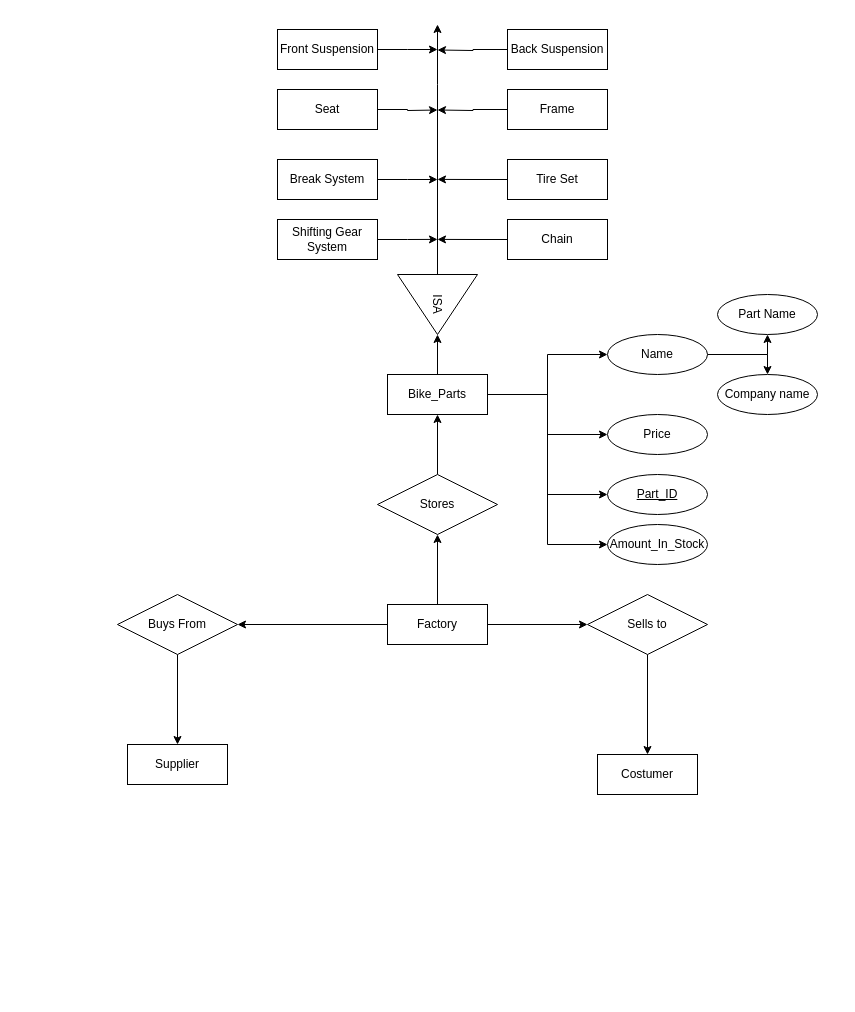
This is Untitled Diagram.drawio from ginzex11/ERD, a draw.io file, before an edit. Source tidied: cells renumbered, new cells numbered last; positions are measured from the earlier drawing's top-left corner, leaving out a move shared by most shapes. Both pictures are drawn from the tidied source at 100%, with x=0, y=0 at pixel (117, 24).
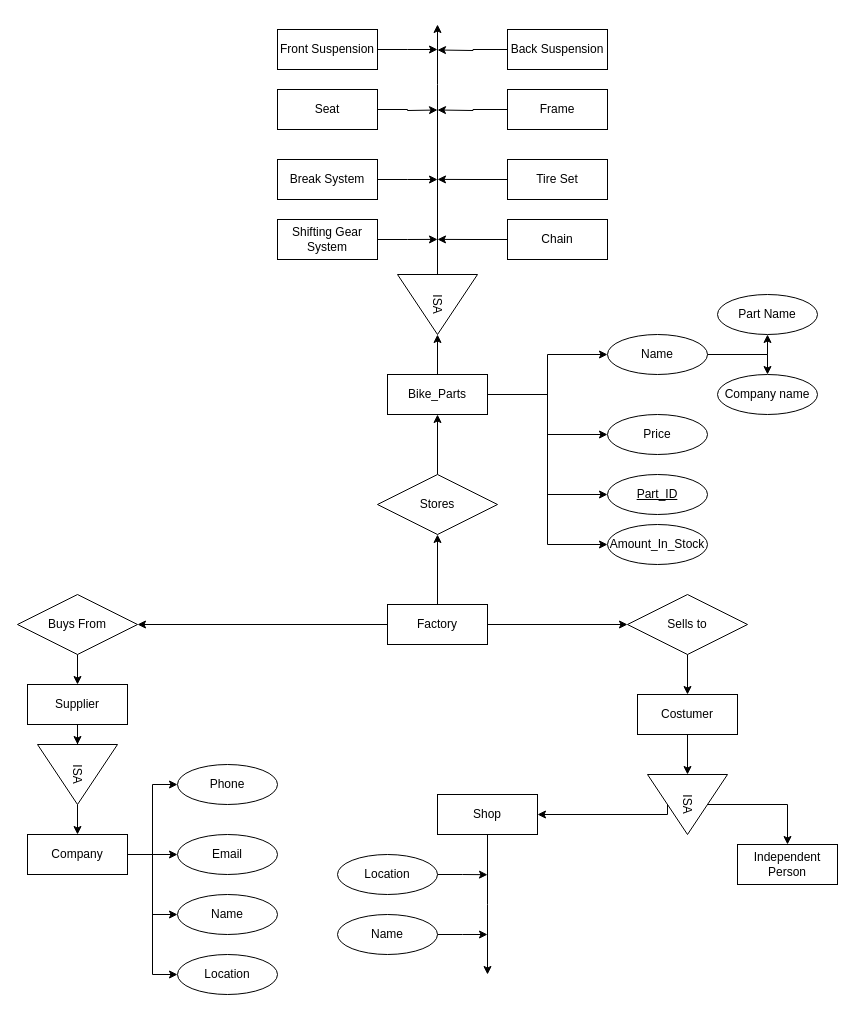
The same diagram, later.

Change to the diagram source:
```diff
@@
+    <mxCell id="47" style="edgeStyle=orthogonalEdgeStyle;rounded=0;jettySize=auto;html=1;exitX=0.5;exitY=1;exitDx=0;exitDy=0;" parent="1" edge="1" source="2" target="56">
+      <mxGeometry relative="1" as="geometry" />
+    </mxCell>
     <mxCell id="2" value="Supplier" style="whiteSpace=wrap;html=1;align=center;" parent="1" vertex="1">
-      <mxGeometry x="10" y="720" width="100" height="40" as="geometry" />
+      <mxGeometry x="-90" y="660" width="100" height="40" as="geometry" />
     </mxCell>
+    <mxCell id="48" style="edgeStyle=orthogonalEdgeStyle;rounded=0;jettySize=auto;html=1;exitX=0.5;exitY=1;exitDx=0;exitDy=0;entryX=0;entryY=0.5;entryDx=0;entryDy=0;" parent="1" edge="1" source="3" target="51">
+      <mxGeometry relative="1" as="geometry" />
+    </mxCell>
     <mxCell id="3" value="Costumer" style="whiteSpace=wrap;html=1;align=center;" parent="1" vertex="1">
-      <mxGeometry x="480" y="730" width="100" height="40" as="geometry" />
+      <mxGeometry x="520" y="670" width="100" height="40" as="geometry" />
     </mxCell>
@@
     <mxCell id="44" value="Buys From" style="shape=rhombus;perimeter=rhombusPerimeter;whiteSpace=wrap;html=1;align=center;" parent="1" vertex="1">
-      <mxGeometry y="570" width="120" height="60" as="geometry" />
+      <mxGeometry x="-100" y="570" width="120" height="60" as="geometry" />
     </mxCell>
@@
     <mxCell id="46" value="Sells to" style="shape=rhombus;perimeter=rhombusPerimeter;whiteSpace=wrap;html=1;align=center;" parent="1" vertex="1">
-      <mxGeometry x="470" y="570" width="120" height="60" as="geometry" />
+      <mxGeometry x="510" y="570" width="120" height="60" as="geometry" />
     </mxCell>
+    <mxCell id="49" style="edgeStyle=orthogonalEdgeStyle;rounded=0;jettySize=auto;html=1;exitX=0.5;exitY=0;exitDx=0;exitDy=0;entryX=0.5;entryY=0;entryDx=0;entryDy=0;" parent="1" edge="1" source="51" target="54">
+      <mxGeometry relative="1" as="geometry" />
+    </mxCell>
+    <mxCell id="50" style="edgeStyle=orthogonalEdgeStyle;rounded=0;jettySize=auto;html=1;exitX=0.5;exitY=1;exitDx=0;exitDy=0;entryX=1;entryY=0.5;entryDx=0;entryDy=0;" parent="1" edge="1" source="51" target="53">
+      <mxGeometry relative="1" as="geometry">
+        <Array as="points">
+          <mxPoint x="550" y="790" />
+        </Array>
+      </mxGeometry>
+    </mxCell>
+    <mxCell id="51" value="ISA" style="triangle;whiteSpace=wrap;html=1;rotation=90;" parent="1" vertex="1">
+      <mxGeometry x="540" y="740" width="60" height="80" as="geometry" />
+    </mxCell>
+    <mxCell id="52" style="edgeStyle=orthogonalEdgeStyle;rounded=0;jettySize=auto;html=1;" parent="1" edge="1" source="53">
+      <mxGeometry relative="1" as="geometry">
+        <mxPoint x="370" y="950" as="targetPoint" />
+      </mxGeometry>
+    </mxCell>
+    <mxCell id="53" value="Shop" style="whiteSpace=wrap;html=1;align=center;" parent="1" vertex="1">
+      <mxGeometry x="320" y="770" width="100" height="40" as="geometry" />
+    </mxCell>
+    <mxCell id="54" value="Independent Person" style="whiteSpace=wrap;html=1;align=center;" parent="1" vertex="1">
+      <mxGeometry x="620" y="820" width="100" height="40" as="geometry" />
+    </mxCell>
+    <mxCell id="55" style="edgeStyle=orthogonalEdgeStyle;rounded=0;jettySize=auto;html=1;exitX=1;exitY=0.5;exitDx=0;exitDy=0;entryX=0.5;entryY=0;entryDx=0;entryDy=0;" parent="1" edge="1" source="56" target="61">
+      <mxGeometry relative="1" as="geometry" />
+    </mxCell>
+    <mxCell id="56" value="ISA" style="triangle;whiteSpace=wrap;html=1;rotation=90;" parent="1" vertex="1">
+      <mxGeometry x="-70" y="710" width="60" height="80" as="geometry" />
+    </mxCell>
+    <mxCell id="57" style="edgeStyle=orthogonalEdgeStyle;rounded=0;jettySize=auto;html=1;exitX=1;exitY=0.5;exitDx=0;exitDy=0;entryX=0;entryY=0.5;entryDx=0;entryDy=0;" parent="1" edge="1" source="61" target="69">
+      <mxGeometry relative="1" as="geometry" />
+    </mxCell>
+    <mxCell id="58" style="edgeStyle=orthogonalEdgeStyle;rounded=0;jettySize=auto;html=1;exitX=1;exitY=0.5;exitDx=0;exitDy=0;entryX=0;entryY=0.5;entryDx=0;entryDy=0;" parent="1" edge="1" source="61" target="68">
+      <mxGeometry relative="1" as="geometry" />
+    </mxCell>
+    <mxCell id="59" style="edgeStyle=orthogonalEdgeStyle;rounded=0;jettySize=auto;html=1;exitX=1;exitY=0.5;exitDx=0;exitDy=0;entryX=0;entryY=0.5;entryDx=0;entryDy=0;" parent="1" edge="1" source="61" target="62">
+      <mxGeometry relative="1" as="geometry" />
+    </mxCell>
+    <mxCell id="60" style="edgeStyle=orthogonalEdgeStyle;rounded=0;jettySize=auto;html=1;exitX=1;exitY=0.5;exitDx=0;exitDy=0;entryX=0;entryY=0.5;entryDx=0;entryDy=0;" parent="1" edge="1" source="61" target="63">
+      <mxGeometry relative="1" as="geometry" />
+    </mxCell>
+    <mxCell id="61" value="Company" style="whiteSpace=wrap;html=1;align=center;" parent="1" vertex="1">
+      <mxGeometry x="-90" y="810" width="100" height="40" as="geometry" />
+    </mxCell>
+    <mxCell id="62" value="Name" style="ellipse;whiteSpace=wrap;html=1;align=center;" parent="1" vertex="1">
+      <mxGeometry x="60" y="870" width="100" height="40" as="geometry" />
+    </mxCell>
+    <mxCell id="63" value="Location " style="ellipse;whiteSpace=wrap;html=1;align=center;" parent="1" vertex="1">
+      <mxGeometry x="60" y="930" width="100" height="40" as="geometry" />
+    </mxCell>
+    <mxCell id="64" style="edgeStyle=orthogonalEdgeStyle;rounded=0;jettySize=auto;html=1;" parent="1" edge="1" source="65">
+      <mxGeometry relative="1" as="geometry">
+        <mxPoint x="370" y="910" as="targetPoint" />
+      </mxGeometry>
+    </mxCell>
+    <mxCell id="65" value="Name" style="ellipse;whiteSpace=wrap;html=1;align=center;" parent="1" vertex="1">
+      <mxGeometry x="220" y="890" width="100" height="40" as="geometry" />
+    </mxCell>
+    <mxCell id="66" style="edgeStyle=orthogonalEdgeStyle;rounded=0;jettySize=auto;html=1;exitX=1;exitY=0.5;exitDx=0;exitDy=0;" parent="1" edge="1" source="67">
+      <mxGeometry relative="1" as="geometry">
+        <mxPoint x="370" y="850.2" as="targetPoint" />
+      </mxGeometry>
+    </mxCell>
+    <mxCell id="67" value="Location " style="ellipse;whiteSpace=wrap;html=1;align=center;" parent="1" vertex="1">
+      <mxGeometry x="220" y="830" width="100" height="40" as="geometry" />
+    </mxCell>
+    <mxCell id="68" value="Email" style="ellipse;whiteSpace=wrap;html=1;align=center;" parent="1" vertex="1">
+      <mxGeometry x="60" y="810" width="100" height="40" as="geometry" />
+    </mxCell>
+    <mxCell id="69" value="Phone" style="ellipse;whiteSpace=wrap;html=1;align=center;" parent="1" vertex="1">
+      <mxGeometry x="60" y="740" width="100" height="40" as="geometry" />
+    </mxCell>
```
